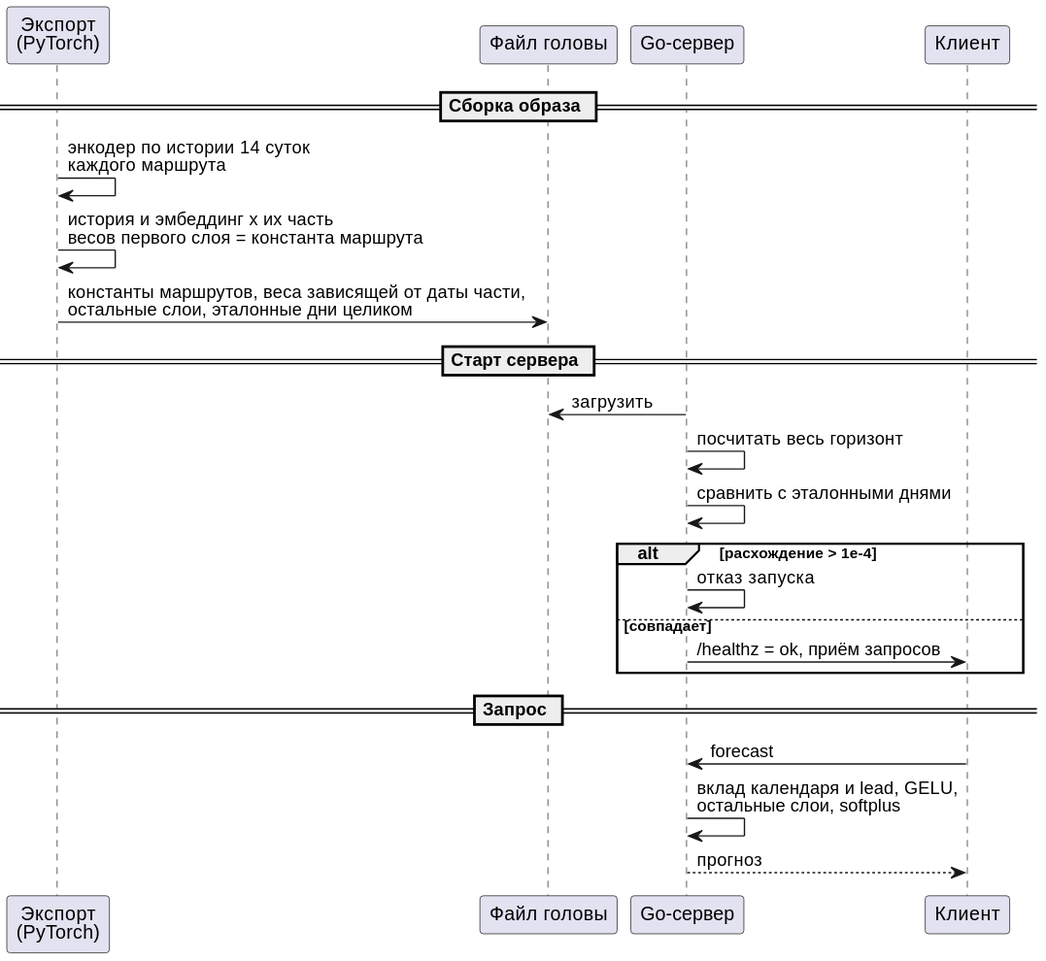
The PlantUML diagram final/docs/img/diagram-startup-check.svg in George573/trans_predicting, before a commit. The source it was exported from:
```plantuml
@startuml
skinparam shadowing false
skinparam defaultFontName Helvetica
participant "Экспорт\n(PyTorch)" as py
participant "Файл головы" as f
participant "Go-сервер" as go
participant "Клиент" as cl
== Сборка образа ==
py -> py : энкодер по истории 14 суток\nкаждого маршрута
py -> py : история и эмбеддинг x их часть\nвесов первого слоя = константа маршрута
py -> f : константы маршрутов, веса зависящей от даты части,\nостальные слои, эталонные дни целиком
== Старт сервера ==
go -> f : загрузить
go -> go : посчитать весь горизонт
go -> go : сравнить с эталонными днями
alt расхождение > 1e-4
  go -> go : отказ запуска
else совпадает
  go -> cl : /healthz = ok, приём запросов
end
== Запрос ==
cl -> go : forecast
go -> go : вклад календаря и lead, GELU,\nостальные слои, softplus
go --> cl : прогноз
@enduml
```
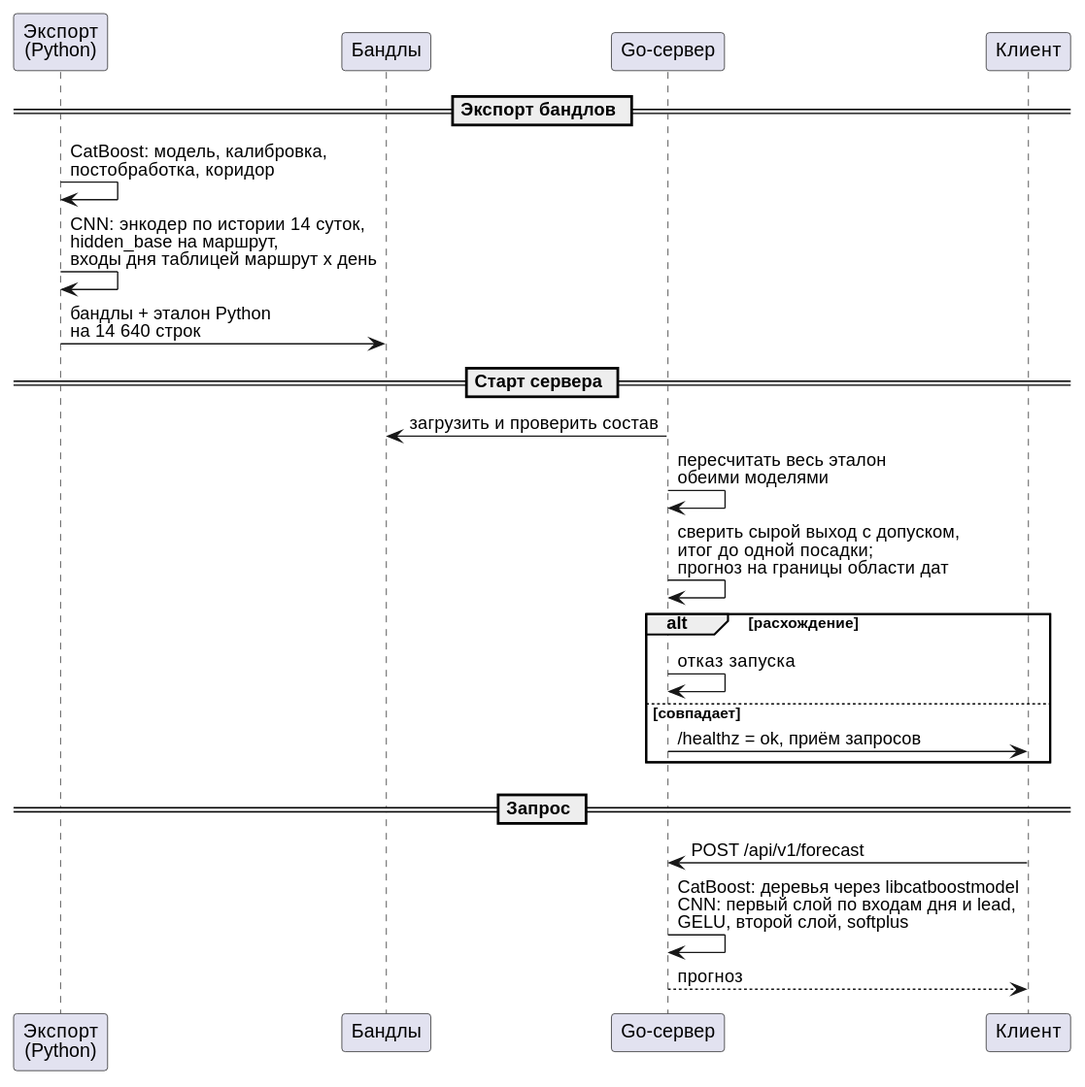
Later version of the same file.

The edit, as a diff of the source:
```diff
@@ -1,25 +1,25 @@
 @startuml
 skinparam shadowing false
 skinparam defaultFontName Helvetica
-participant "Экспорт\n(PyTorch)" as py
-participant "Файл головы" as f
+participant "Экспорт\n(Python)" as py
+participant "Бандлы" as f
 participant "Go-сервер" as go
 participant "Клиент" as cl
-== Сборка образа ==
-py -> py : энкодер по истории 14 суток\nкаждого маршрута
-py -> py : история и эмбеддинг x их часть\nвесов первого слоя = константа маршрута
-py -> f : константы маршрутов, веса зависящей от даты части,\nостальные слои, эталонные дни целиком
+== Экспорт бандлов ==
+py -> py : CatBoost: модель, калибровка,\nпостобработка, коридор
+py -> py : CNN: энкодер по истории 14 суток,\nhidden_base на маршрут,\nвходы дня таблицей маршрут x день
+py -> f : бандлы + эталон Python\nна 14 640 строк
 == Старт сервера ==
-go -> f : загрузить
-go -> go : посчитать весь горизонт
-go -> go : сравнить с эталонными днями
-alt расхождение > 1e-4
+go -> f : загрузить и проверить состав
+go -> go : пересчитать весь эталон\nобеими моделями
+go -> go : сверить сырой выход с допуском,\nитог до одной посадки;\nпрогноз на границы области дат
+alt расхождение
   go -> go : отказ запуска
 else совпадает
   go -> cl : /healthz = ok, приём запросов
 end
 == Запрос ==
-cl -> go : forecast
-go -> go : вклад календаря и lead, GELU,\nостальные слои, softplus
+cl -> go : POST /api/v1/forecast
+go -> go : CatBoost: деревья через libcatboostmodel\nCNN: первый слой по входам дня и lead,\nGELU, второй слой, softplus
 go --> cl : прогноз
 @enduml
```
